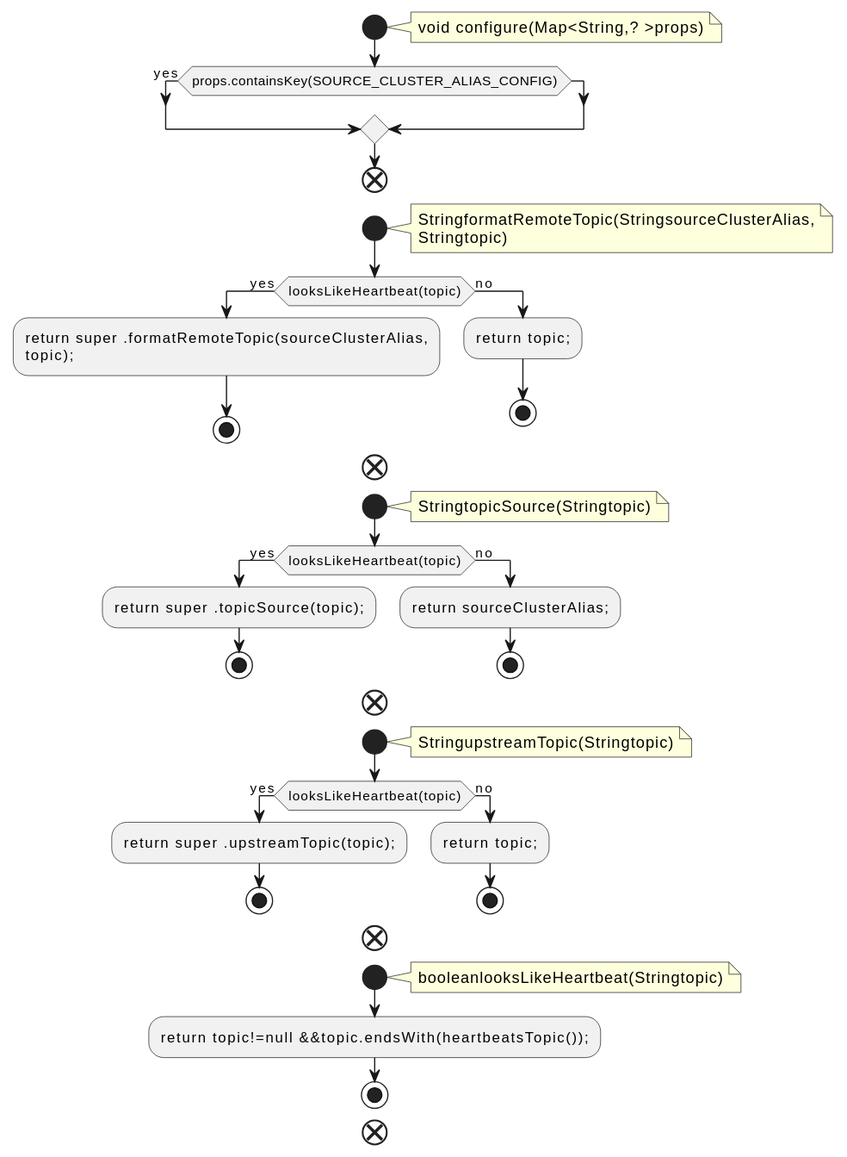
qualitesys/kafka keeps this PlantUML diagram as docs/qc/connect/mirror-client/src/main/java/org/apache/kafka/connect/mirror/IdentityReplicationPolicy.java.fct.svg. Above is the earlier version.
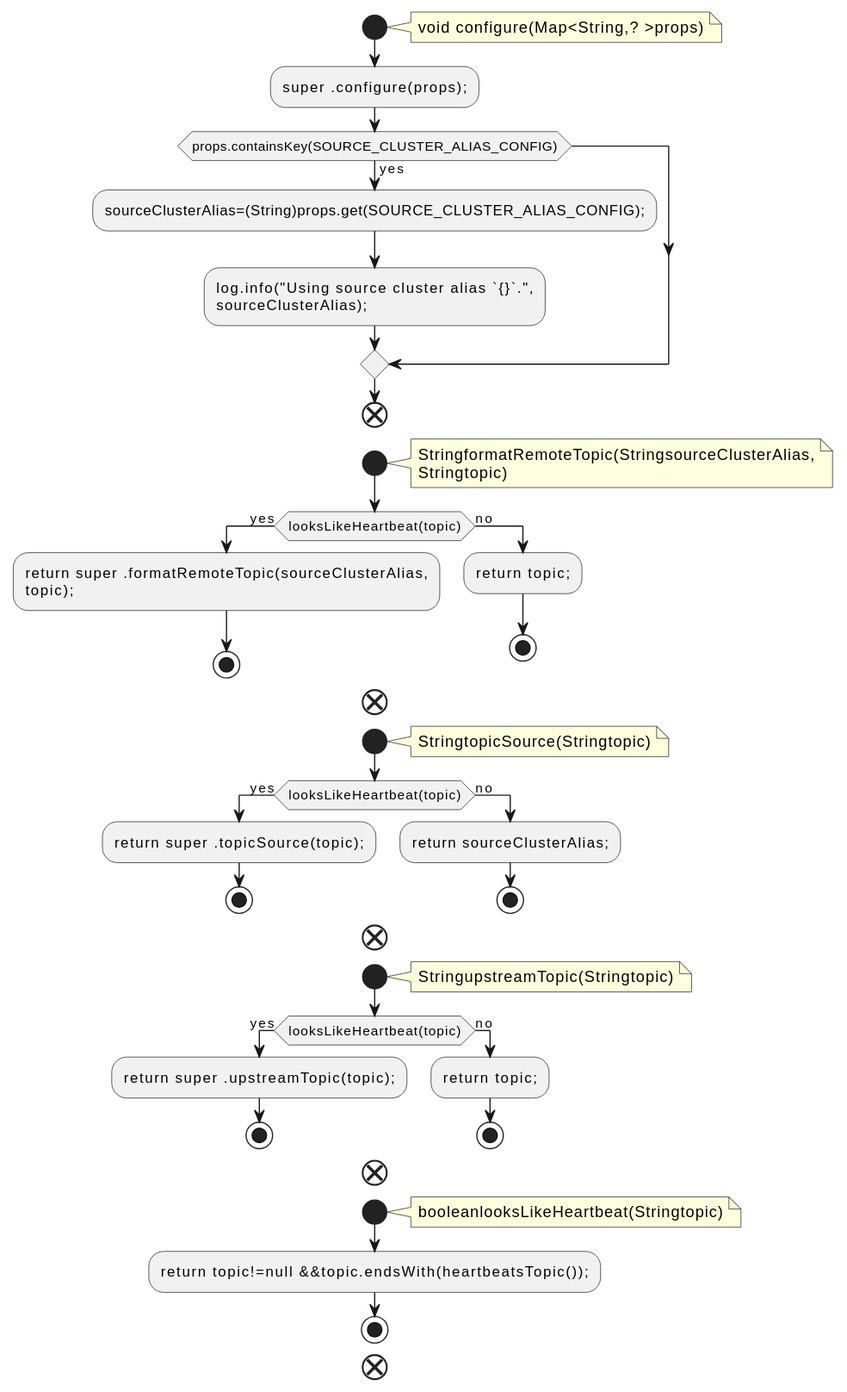
Above is the later version.

The edit, as a diff of the source:
```diff
@@ -4,7 +4,11 @@
 note right
 void configure(Map<String,? >props)
 end note
+:super .configure(props);;
 if (props.containsKey(SOURCE_CLUSTER_ALIAS_CONFIG)) then (yes)
+:sourceClusterAlias=(String)props.get(SOURCE_CLUSTER_ALIAS_CONFIG);;
+:log.info("Using source cluster alias `{}`.",
+sourceClusterAlias);;
 endif
 end
 start
```
